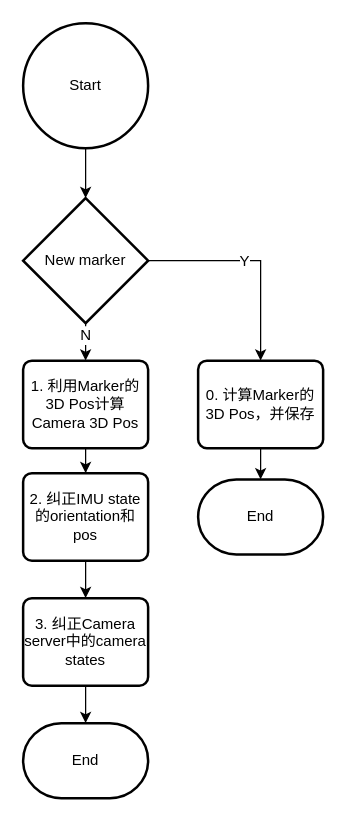
Above: Untitled Diagram.drawio in sunbingfeng/draw_sketches (draw.io), before the change. Source tidied: cells renumbered, new cells numbered last; positions are measured from the earlier drawing's top-left corner, leaving out a move shared by most shapes. Both pictures are drawn from the tidied source at 125%, with x=0, y=0 at pixel (22, 22).
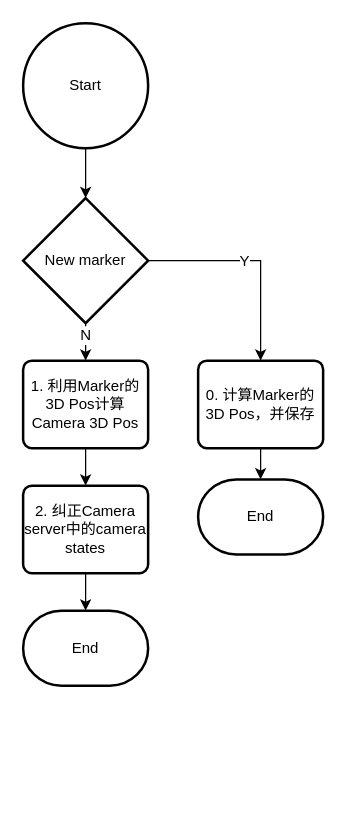
After the change.

Diff of the diagram source:
```diff
@@
 <mxGraphModel>
   <root>
     <mxCell id="0" />
     <mxCell id="1" parent="0" />
-    <mxCell id="2" style="edgeStyle=orthogonalEdgeStyle;rounded=0;jettySize=auto;html=1;" parent="1" edge="1" source="3" target="5">
-      <mxGeometry relative="1" as="geometry" />
-    </mxCell>
+    <mxCell id="19" style="edgeStyle=orthogonalEdgeStyle;rounded=0;jettySize=auto;html=1;" parent="1" edge="1" source="3" target="7">
+      <mxGeometry relative="1" as="geometry" />
+    </mxCell>
     <mxCell id="3" value="1. 利用Marker的3D Pos计算Camera 3D Pos" style="rounded=1;whiteSpace=wrap;html=1;absoluteArcSize=1;arcSize=14;strokeWidth=2;" parent="1" vertex="1">
       <mxGeometry y="270" width="100" height="70" as="geometry" />
     </mxCell>
-    <mxCell id="4" style="edgeStyle=orthogonalEdgeStyle;rounded=0;jettySize=auto;html=1;" parent="1" edge="1" source="5" target="7">
-      <mxGeometry relative="1" as="geometry" />
-    </mxCell>
-    <mxCell id="5" value="2. 纠正IMU state的orientation和pos" style="rounded=1;whiteSpace=wrap;html=1;absoluteArcSize=1;arcSize=14;strokeWidth=2;" parent="1" vertex="1">
-      <mxGeometry y="360" width="100" height="70" as="geometry" />
-    </mxCell>
     <mxCell id="6" style="edgeStyle=orthogonalEdgeStyle;rounded=0;jettySize=auto;html=1;" parent="1" edge="1" source="7" target="15">
       <mxGeometry relative="1" as="geometry" />
     </mxCell>
-    <mxCell id="7" value="3. 纠正Camera server中的camera states" style="rounded=1;whiteSpace=wrap;html=1;absoluteArcSize=1;arcSize=14;strokeWidth=2;" parent="1" vertex="1">
-      <mxGeometry y="460" width="100" height="70" as="geometry" />
+    <mxCell id="7" value="2. 纠正Camera server中的camera states" style="rounded=1;whiteSpace=wrap;html=1;absoluteArcSize=1;arcSize=14;strokeWidth=2;" parent="1" vertex="1">
+      <mxGeometry y="370" width="100" height="70" as="geometry" />
     </mxCell>
     <mxCell id="8" style="edgeStyle=orthogonalEdgeStyle;rounded=0;jettySize=auto;html=1;" parent="1" edge="1" source="12" target="3">
       <mxGeometry relative="1" as="geometry" />
     </mxCell>
     <mxCell id="9" value="N" style="text;html=1;align=center;verticalAlign=middle;labelBackgroundColor=#ffffff;" parent="8" vertex="1">
       <mxGeometry x="0.2" y="1" relative="1" as="geometry">
         <mxPoint x="-2" y="-1" as="offset" />
       </mxGeometry>
     </mxCell>
     <mxCell id="10" style="edgeStyle=orthogonalEdgeStyle;rounded=0;jettySize=auto;html=1;entryX=0.5;entryY=0;entryDx=0;entryDy=0;" parent="1" edge="1" source="12" target="14">
       <mxGeometry relative="1" as="geometry" />
     </mxCell>
     <mxCell id="11" value="Y" style="text;html=1;align=center;verticalAlign=middle;labelBackgroundColor=#ffffff;" parent="10" vertex="1">
       <mxGeometry x="-0.11" relative="1" as="geometry" />
     </mxCell>
     <mxCell id="12" value="New marker" style="strokeWidth=2;html=1;shape=mxgraph.flowchart.decision;whiteSpace=wrap;" parent="1" vertex="1">
       <mxGeometry y="140" width="100" height="100" as="geometry" />
     </mxCell>
     <mxCell id="13" style="edgeStyle=orthogonalEdgeStyle;rounded=0;jettySize=auto;html=1;" parent="1" edge="1" source="14" target="16">
       <mxGeometry relative="1" as="geometry" />
     </mxCell>
     <mxCell id="14" value="0. 计算Marker的3D Pos，并保存" style="rounded=1;whiteSpace=wrap;html=1;absoluteArcSize=1;arcSize=14;strokeWidth=2;" parent="1" vertex="1">
       <mxGeometry x="140" y="270" width="100" height="70" as="geometry" />
     </mxCell>
     <mxCell id="15" value="End" style="strokeWidth=2;html=1;shape=mxgraph.flowchart.terminator;whiteSpace=wrap;" parent="1" vertex="1">
-      <mxGeometry y="560" width="100" height="60" as="geometry" />
+      <mxGeometry y="470" width="100" height="60" as="geometry" />
     </mxCell>
     <mxCell id="16" value="End" style="strokeWidth=2;html=1;shape=mxgraph.flowchart.terminator;whiteSpace=wrap;" parent="1" vertex="1">
       <mxGeometry x="140" y="365" width="100" height="60" as="geometry" />
     </mxCell>
     <mxCell id="17" style="edgeStyle=orthogonalEdgeStyle;rounded=0;jettySize=auto;html=1;" parent="1" edge="1" source="18" target="12">
       <mxGeometry relative="1" as="geometry" />
     </mxCell>
     <mxCell id="18" value="Start" style="strokeWidth=2;html=1;shape=mxgraph.flowchart.start_2;whiteSpace=wrap;" parent="1" vertex="1">
       <mxGeometry width="100" height="100" as="geometry" />
     </mxCell>
   </root>
 </mxGraphModel>
```
